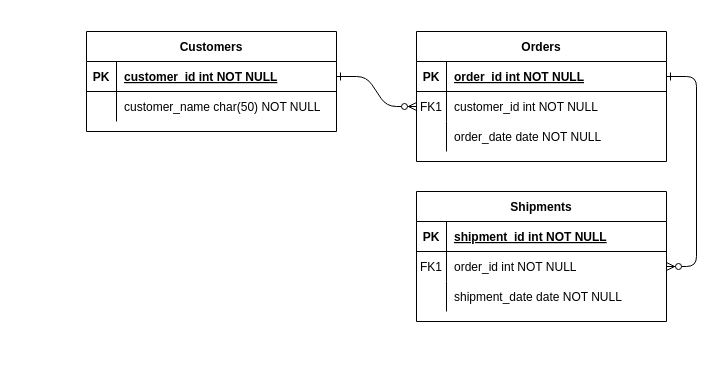
Earlier version of the draw.io diagram Diagrama sem nome.drawio (alvarengaflavio/api-brasileirao). Source tidied: cells renumbered, new cells numbered last; positions are measured from the earlier drawing's top-left corner, leaving out a move shared by most shapes. Both pictures are drawn from the tidied source at 100%, with x=0, y=0 at pixel (86, 31).
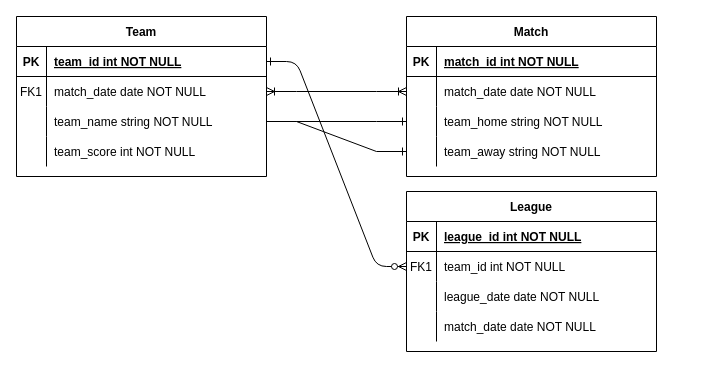
The same page after the edit.

Unchanged cells that the change refers to:
```xml
<mxCell id="5" style="shape=partialRectangle;fillColor=none;points=[[0,0.5],[1,0.5]];portConstraint=eastwest;top=0;left=0;right=0;bottom=1;" parent="4" vertex="1">
  <mxGeometry y="30" width="250" height="30" as="geometry" />
</mxCell>
<mxCell id="8" style="shape=partialRectangle;fillColor=none;points=[[0,0.5],[1,0.5]];portConstraint=eastwest;top=0;left=0;right=0;bottom=0;" parent="4" vertex="1">
  <mxGeometry y="60" width="250" height="30" as="geometry" />
</mxCell>
<mxCell id="15" style="shape=partialRectangle;fillColor=none;top=0;left=0;right=0;bottom=1;" parent="14" vertex="1">
  <mxGeometry y="30" width="250" height="30" as="geometry" />
</mxCell>
<mxCell id="18" style="shape=partialRectangle;fillColor=none;points=[[0,0.5],[1,0.5]];portConstraint=eastwest;top=0;left=0;right=0;bottom=0;" parent="14" vertex="1">
  <mxGeometry y="60" width="250" height="30" as="geometry" />
</mxCell>
<mxCell id="21" style="shape=partialRectangle;fillColor=none;top=0;left=0;right=0;bottom=0;" parent="14" vertex="1">
  <mxGeometry y="90" width="250" height="30" as="geometry" />
</mxCell>
<mxCell id="25" style="shape=partialRectangle;fillColor=none;points=[[0,0.5],[1,0.5]];portConstraint=eastwest;top=0;left=0;right=0;bottom=1;" parent="24" vertex="1">
  <mxGeometry y="30" width="250" height="30" as="geometry" />
</mxCell>
<mxCell id="28" style="shape=partialRectangle;fillColor=none;points=[[0,0.5],[1,0.5]];portConstraint=eastwest;top=0;left=0;right=0;bottom=0;" parent="24" vertex="1">
  <mxGeometry y="60" width="250" height="30" as="geometry" />
</mxCell>
```

Change to the diagram source:
```diff
@@
-    <mxCell id="2" style="edgeStyle=entityRelationEdgeStyle;endArrow=ERzeroToMany;startArrow=ERone;endFill=1;startFill=0;" parent="1" edge="1" source="25" target="8">
-      <mxGeometry relative="1" as="geometry" />
-    </mxCell>
@@
-    <mxCell id="4" value="Orders" style="shape=table;startSize=30;childLayout=tableLayout;rowLines=0;fontStyle=1;align=center;" parent="1" vertex="1">
-      <mxGeometry x="330" width="250" height="130" as="geometry" />
+    <mxCell id="4" value="Team" style="shape=table;startSize=30;childLayout=tableLayout;rowLines=0;fontStyle=1;align=center;" parent="1" vertex="1">
+      <mxGeometry x="-70" y="-15" width="250" height="160" as="geometry" />
     </mxCell>
@@
-    <mxCell id="7" value="order_id int NOT NULL " style="shape=partialRectangle;overflow=hidden;fillColor=none;top=0;left=0;bottom=0;right=0;align=left;spacingLeft=6;fontStyle=5;" parent="5" vertex="1">
+    <mxCell id="7" value="team_id int NOT NULL " style="shape=partialRectangle;overflow=hidden;fillColor=none;top=0;left=0;bottom=0;right=0;align=left;spacingLeft=6;fontStyle=5;" parent="5" vertex="1">
       <mxGeometry x="30" width="220" height="30" as="geometry" />
     </mxCell>
@@
-    <mxCell id="10" value="customer_id int NOT NULL" style="shape=partialRectangle;overflow=hidden;fillColor=none;top=0;left=0;bottom=0;right=0;align=left;spacingLeft=6;" parent="8" vertex="1">
+    <mxCell id="10" value="match_date date NOT NULL" style="shape=partialRectangle;overflow=hidden;fillColor=none;top=0;left=0;bottom=0;right=0;align=left;spacingLeft=6;" parent="8" vertex="1">
       <mxGeometry x="30" width="220" height="30" as="geometry" />
     </mxCell>
+    <mxCell id="31" style="shape=partialRectangle;fillColor=none;points=[[0,0.5],[1,0.5]];portConstraint=eastwest;top=0;left=0;right=0;bottom=0;" parent="4" vertex="1">
+      <mxGeometry y="90" width="250" height="30" as="geometry" />
+    </mxCell>
+    <mxCell id="32" style="shape=partialRectangle;overflow=hidden;fillColor=none;top=0;left=0;bottom=0;right=0;" parent="31" vertex="1">
+      <mxGeometry width="30" height="30" as="geometry" />
+    </mxCell>
+    <mxCell id="33" value="team_name string NOT NULL" style="shape=partialRectangle;overflow=hidden;fillColor=none;top=0;left=0;bottom=0;right=0;align=left;spacingLeft=6;" parent="31" vertex="1">
+      <mxGeometry x="30" width="220" height="30" as="geometry" />
+    </mxCell>
     <mxCell id="11" style="shape=partialRectangle;fillColor=none;top=0;left=0;right=0;bottom=0;" parent="4" vertex="1">
-      <mxGeometry y="90" width="250" height="30" as="geometry" />
+      <mxGeometry y="120" width="250" height="30" as="geometry" />
     </mxCell>
@@
-    <mxCell id="13" value="order_date date NOT NULL" style="shape=partialRectangle;overflow=hidden;fillColor=none;top=0;left=0;bottom=0;right=0;align=left;spacingLeft=6;" parent="11" vertex="1">
+    <mxCell id="13" value="team_score int NOT NULL" style="shape=partialRectangle;overflow=hidden;fillColor=none;top=0;left=0;bottom=0;right=0;align=left;spacingLeft=6;" parent="11" vertex="1">
       <mxGeometry x="30" width="220" height="30" as="geometry" />
     </mxCell>
-    <mxCell id="14" value="Shipments" style="shape=table;startSize=30;childLayout=tableLayout;rowLines=0;fontStyle=1;align=center;" parent="1" vertex="1">
-      <mxGeometry x="330" y="160" width="250" height="130" as="geometry" />
+    <mxCell id="14" value="League" style="shape=table;startSize=30;childLayout=tableLayout;rowLines=0;fontStyle=1;align=center;swimlaneLine=1;" parent="1" vertex="1">
+      <mxGeometry x="320" y="160" width="250" height="160" as="geometry" />
     </mxCell>
@@
-    <mxCell id="17" value="shipment_id int NOT NULL " style="shape=partialRectangle;overflow=hidden;fillColor=none;top=0;left=0;bottom=0;right=0;align=left;spacingLeft=6;fontStyle=5;" parent="15" vertex="1">
+    <mxCell id="17" value="league_id int NOT NULL " style="shape=partialRectangle;overflow=hidden;fillColor=none;top=0;left=0;bottom=0;right=0;align=left;spacingLeft=6;fontStyle=5;" parent="15" vertex="1">
       <mxGeometry x="30" width="220" height="30" as="geometry" />
     </mxCell>
@@
-    <mxCell id="20" value="order_id int NOT NULL" style="shape=partialRectangle;overflow=hidden;fillColor=none;top=0;left=0;bottom=0;right=0;align=left;spacingLeft=6;" parent="18" vertex="1">
+    <mxCell id="20" value="team_id int NOT NULL" style="shape=partialRectangle;overflow=hidden;fillColor=none;top=0;left=0;bottom=0;right=0;align=left;spacingLeft=6;" parent="18" vertex="1">
       <mxGeometry x="30" width="220" height="30" as="geometry" />
     </mxCell>
@@
-    <mxCell id="22" style="shape=partialRectangle;overflow=hidden;fillColor=none;top=0;left=0;bottom=0;right=0;" parent="21" vertex="1">
+    <mxCell id="22" style="shape=partialRectangle;overflow=hidden;fillColor=none;top=0;left=0;bottom=0;right=0;strokeColor=default;" parent="21" vertex="1">
       <mxGeometry width="30" height="30" as="geometry" />
     </mxCell>
-    <mxCell id="23" value="shipment_date date NOT NULL" style="shape=partialRectangle;overflow=hidden;fillColor=none;top=0;left=0;bottom=0;right=0;align=left;spacingLeft=6;" parent="21" vertex="1">
+    <mxCell id="23" value="league_date date NOT NULL" style="shape=partialRectangle;overflow=hidden;fillColor=none;top=0;left=0;bottom=0;right=0;align=left;spacingLeft=6;" parent="21" vertex="1">
       <mxGeometry x="30" width="220" height="30" as="geometry" />
     </mxCell>
+    <mxCell id="34" style="shape=partialRectangle;fillColor=none;top=0;left=0;right=0;bottom=0;" parent="14" vertex="1">
+      <mxGeometry y="120" width="250" height="30" as="geometry" />
+    </mxCell>
+    <mxCell id="35" style="shape=partialRectangle;overflow=hidden;fillColor=none;top=0;left=0;bottom=0;right=0;strokeColor=default;" parent="34" vertex="1">
+      <mxGeometry width="30" height="30" as="geometry" />
+    </mxCell>
+    <mxCell id="36" value="match_date date NOT NULL" style="shape=partialRectangle;overflow=hidden;fillColor=none;top=0;left=0;bottom=0;right=0;align=left;spacingLeft=6;" parent="34" vertex="1">
+      <mxGeometry x="30" width="220" height="30" as="geometry" />
+    </mxCell>
-    <mxCell id="24" value="Customers" style="shape=table;startSize=30;childLayout=tableLayout;rowLines=0;fontStyle=1;align=center;" parent="1" vertex="1">
-      <mxGeometry width="250" height="100" as="geometry" />
+    <mxCell id="24" value="Match" style="shape=table;startSize=30;childLayout=tableLayout;rowLines=0;fontStyle=1;align=center;" parent="1" vertex="1">
+      <mxGeometry x="320" y="-15" width="250" height="160" as="geometry" />
     </mxCell>
@@
-    <mxCell id="27" value="customer_id int NOT NULL " style="shape=partialRectangle;overflow=hidden;fillColor=none;top=0;left=0;bottom=0;right=0;align=left;spacingLeft=6;fontStyle=5;" parent="25" vertex="1">
+    <mxCell id="27" value="match_id int NOT NULL " style="shape=partialRectangle;overflow=hidden;fillColor=none;top=0;left=0;bottom=0;right=0;align=left;spacingLeft=6;fontStyle=5;" parent="25" vertex="1">
       <mxGeometry x="30" width="220" height="30" as="geometry" />
     </mxCell>
@@
-    <mxCell id="30" value="customer_name char(50) NOT NULL" style="shape=partialRectangle;overflow=hidden;fillColor=none;top=0;left=0;bottom=0;right=0;align=left;spacingLeft=6;" parent="28" vertex="1">
+    <mxCell id="30" value="match_date date NOT NULL" style="shape=partialRectangle;overflow=hidden;fillColor=none;top=0;left=0;bottom=0;right=0;align=left;spacingLeft=6;" parent="28" vertex="1">
       <mxGeometry x="30" width="220" height="30" as="geometry" />
     </mxCell>
+    <mxCell id="37" style="shape=partialRectangle;fillColor=none;points=[[0,0.5],[1,0.5]];portConstraint=eastwest;top=0;left=0;right=0;bottom=0;" parent="24" vertex="1">
+      <mxGeometry y="90" width="250" height="30" as="geometry" />
+    </mxCell>
+    <mxCell id="38" style="shape=partialRectangle;overflow=hidden;fillColor=none;top=0;left=0;bottom=0;right=0;" parent="37" vertex="1">
+      <mxGeometry width="30" height="30" as="geometry" />
+    </mxCell>
+    <mxCell id="39" value="team_home string NOT NULL" style="shape=partialRectangle;overflow=hidden;fillColor=none;top=0;left=0;bottom=0;right=0;align=left;spacingLeft=6;" parent="37" vertex="1">
+      <mxGeometry x="30" width="220" height="30" as="geometry" />
+    </mxCell>
+    <mxCell id="40" style="shape=partialRectangle;fillColor=none;points=[[0,0.5],[1,0.5]];portConstraint=eastwest;top=0;left=0;right=0;bottom=0;" parent="24" vertex="1">
+      <mxGeometry y="120" width="250" height="30" as="geometry" />
+    </mxCell>
+    <mxCell id="41" style="shape=partialRectangle;overflow=hidden;fillColor=none;top=0;left=0;bottom=0;right=0;" parent="40" vertex="1">
+      <mxGeometry width="30" height="30" as="geometry" />
+    </mxCell>
+    <mxCell id="42" value="team_away string NOT NULL" style="shape=partialRectangle;overflow=hidden;fillColor=none;top=0;left=0;bottom=0;right=0;align=left;spacingLeft=6;" parent="40" vertex="1">
+      <mxGeometry x="30" width="220" height="30" as="geometry" />
+    </mxCell>
+    <mxCell id="43" style="edgeStyle=entityRelationEdgeStyle;fontSize=12;html=1;endArrow=ERoneToMany;startArrow=ERoneToMany;rounded=0;entryX=0;entryY=0.5;entryDx=0;entryDy=0;" parent="1" edge="1" target="28">
+      <mxGeometry relative="1" as="geometry">
+        <mxPoint x="180" y="60" as="sourcePoint" />
+      </mxGeometry>
+    </mxCell>
+    <mxCell id="44" style="edgeStyle=entityRelationEdgeStyle;fontSize=12;html=1;endArrow=ERone;endFill=1;rounded=0;" parent="1" edge="1" source="31" target="37">
+      <mxGeometry relative="1" as="geometry" />
+    </mxCell>
+    <mxCell id="45" style="edgeStyle=entityRelationEdgeStyle;fontSize=12;html=1;endArrow=ERone;endFill=1;rounded=0;exitX=1;exitY=0.5;exitDx=0;exitDy=0;" parent="1" edge="1" source="31" target="40">
+      <mxGeometry relative="1" as="geometry" />
+    </mxCell>
```
